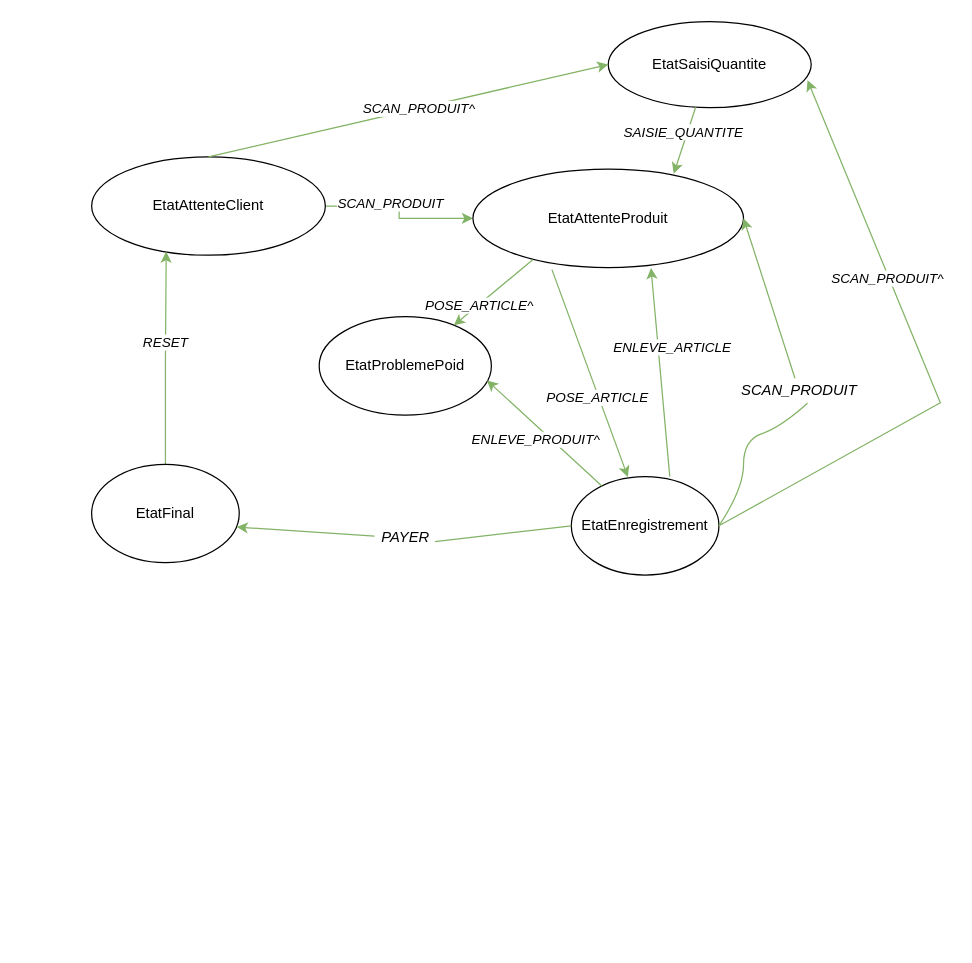
Above: Automate Diagram.drawio in FlorianMarteau/CaisseAutomatique (draw.io), before the change. Source tidied: cells renumbered, new cells numbered last; positions are measured from the earlier drawing's top-left corner, leaving out a move shared by most shapes. Both pictures are drawn from the tidied source at 123%, with x=0, y=0 at pixel (91, 21).
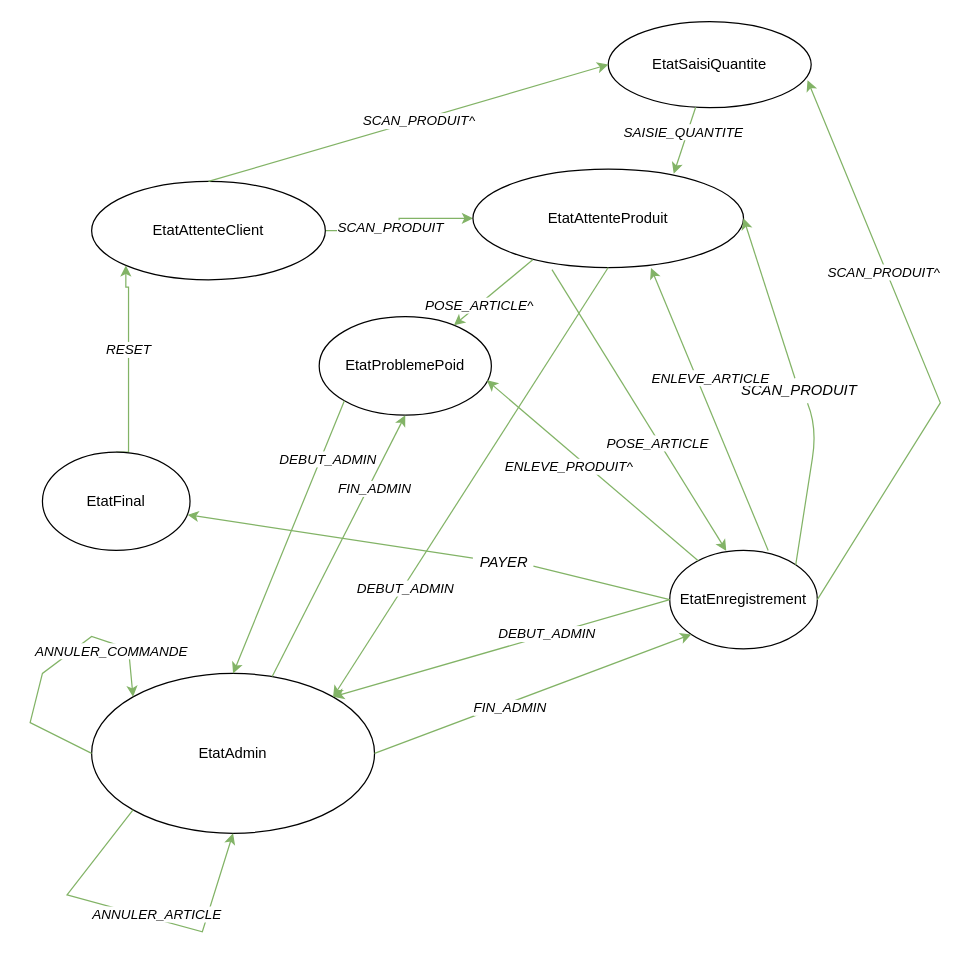
The same diagram, later.

Commit message:
Mettre à jour Automate Diagram.drawio

The change refers to these unchanged cells:
```xml
<mxCell id="5" value="EtatAttenteProduit" style="ellipse;whiteSpace=wrap;html=1;" parent="1" vertex="1">
  <mxGeometry x="310" y="120" width="220" height="80" as="geometry" />
</mxCell>
<mxCell id="10" value="EtatProblemePoid" style="ellipse;whiteSpace=wrap;html=1;" parent="1" vertex="1">
  <mxGeometry x="185" y="240" width="140" height="80" as="geometry" />
</mxCell>
<mxCell id="15" value="&lt;span&gt;SCAN_PRODUIT&lt;/span&gt;" style="text;html=1;align=center;verticalAlign=middle;points=[];strokeColor=none;fillColor=none;fontStyle=2;" parent="1" vertex="1">
  <mxGeometry x="520" y="290" width="110" height="20" as="geometry" />
</mxCell>
```

The edit, as a diff of the source:
```diff
@@
     <mxCell id="4" value="EtatAttenteClient" style="ellipse;whiteSpace=wrap;html=1;" parent="1" vertex="1">
-      <mxGeometry y="110" width="190" height="80" as="geometry" />
+      <mxGeometry y="130" width="190" height="80" as="geometry" />
     </mxCell>
@@
     <mxCell id="6" value="EtatEnregistrement" style="ellipse;whiteSpace=wrap;html=1;" parent="1" vertex="1">
-      <mxGeometry x="390" y="370" width="120" height="80" as="geometry" />
+      <mxGeometry x="470" y="430" width="120" height="80" as="geometry" />
     </mxCell>
-    <mxCell id="7" style="edgeStyle=orthogonalEdgeStyle;rounded=0;jettySize=auto;html=1;exitX=0.5;exitY=0;exitDx=0;exitDy=0;entryX=0.319;entryY=0.963;entryDx=0;entryDy=0;entryPerimeter=0;fillColor=#d5e8d4;strokeColor=#82b366;" parent="1" edge="1" source="9" target="4">
-      <mxGeometry relative="1" as="geometry" />
+    <mxCell id="7" style="edgeStyle=orthogonalEdgeStyle;rounded=0;jettySize=auto;html=1;exitX=0.5;exitY=0;exitDx=0;exitDy=0;entryX=0;entryY=1;entryDx=0;entryDy=0;fillColor=#d5e8d4;strokeColor=#82b366;" parent="1" edge="1" source="9" target="4">
+      <mxGeometry relative="1" as="geometry">
+        <Array as="points">
+          <mxPoint x="30" y="350" />
+          <mxPoint x="30" y="216" />
+          <mxPoint x="28" y="216" />
+        </Array>
+      </mxGeometry>
     </mxCell>
@@
     <mxCell id="9" value="EtatFinal" style="ellipse;whiteSpace=wrap;html=1;" parent="1" vertex="1">
-      <mxGeometry y="360" width="120" height="80" as="geometry" />
+      <mxGeometry x="-40" y="350" width="120" height="80" as="geometry" />
     </mxCell>
@@
     <mxCell id="13" value="&lt;i&gt;PAYER&lt;/i&gt;" style="text;html=1;align=center;verticalAlign=middle;points=[];strokeColor=none;fillColor=none;" parent="1" vertex="1">
-      <mxGeometry x="230" y="410" width="50" height="20" as="geometry" />
+      <mxGeometry x="310" y="430" width="50" height="20" as="geometry" />
     </mxCell>
-    <mxCell id="14" style="endArrow=none;html=1;rounded=0;entryX=0.983;entryY=0.638;entryDx=0;entryDy=0;entryPerimeter=0;fillColor=#d5e8d4;strokeColor=#82b366;" parent="1" edge="1" target="13">
-      <mxGeometry relative="1" as="geometry">
-        <mxPoint x="390" y="410" as="sourcePoint" />
-      </mxGeometry>
+    <mxCell id="14" style="endArrow=none;html=1;rounded=0;entryX=0.983;entryY=0.638;entryDx=0;entryDy=0;entryPerimeter=0;fillColor=#d5e8d4;strokeColor=#82b366;exitX=0;exitY=0.5;exitDx=0;exitDy=0;" parent="1" edge="1" source="6" target="13">
+      <mxGeometry relative="1" as="geometry" />
     </mxCell>
@@
-    <mxCell id="16" style="curved=1;endArrow=none;html=1;rounded=0;entryX=0.564;entryY=1.017;entryDx=0;entryDy=0;entryPerimeter=0;fillColor=#d5e8d4;strokeColor=#82b366;" parent="1" edge="1" target="15">
+    <mxCell id="16" style="curved=1;endArrow=none;html=1;rounded=0;entryX=0.564;entryY=1.017;entryDx=0;entryDy=0;entryPerimeter=0;fillColor=#d5e8d4;strokeColor=#82b366;exitX=1;exitY=0;exitDx=0;exitDy=0;" parent="1" edge="1" source="6" target="15">
       <mxGeometry relative="1" as="geometry">
-        <mxPoint x="510" y="410" as="sourcePoint" />
         <Array as="points">
-          <mxPoint x="530" y="380" />
-          <mxPoint x="530" y="340" />
-          <mxPoint x="560" y="330" />
+          <mxPoint x="582" y="380" />
+          <mxPoint x="590" y="330" />
         </Array>
       </mxGeometry>
     </mxCell>
@@
+    <mxCell id="32" value="EtatAdmin" style="ellipse;whiteSpace=wrap;html=1;" parent="1" vertex="1">
+      <mxGeometry y="530" width="230" height="130" as="geometry" />
+    </mxCell>
+    <mxCell id="33" style="endArrow=classic;html=1;rounded=0;exitX=0;exitY=0.5;exitDx=0;exitDy=0;entryX=1;entryY=0;entryDx=0;entryDy=0;fillColor=#d5e8d4;strokeColor=#82b366;" parent="1" edge="1" source="6" target="32">
+      <mxGeometry relative="1" as="geometry" />
+    </mxCell>
+    <mxCell id="34" value="&lt;i&gt;DEBUT_ADMIN&lt;/i&gt;" style="edgeLabel;html=1;align=center;verticalAlign=middle;" parent="33" vertex="1">
+      <mxGeometry x="-0.27" y="-1" relative="1" as="geometry" />
+    </mxCell>
+    <mxCell id="35" style="endArrow=classic;html=1;rounded=0;entryX=0;entryY=1;entryDx=0;entryDy=0;exitX=1;exitY=0.5;exitDx=0;exitDy=0;fillColor=#d5e8d4;strokeColor=#82b366;" parent="1" edge="1" source="32" target="6">
+      <mxGeometry relative="1" as="geometry" />
+    </mxCell>
+    <mxCell id="36" value="&lt;i&gt;FIN_ADMIN&lt;/i&gt;" style="edgeLabel;html=1;align=center;verticalAlign=middle;" parent="35" vertex="1">
+      <mxGeometry x="-0.16" y="-3" relative="1" as="geometry" />
+    </mxCell>
+    <mxCell id="37" style="endArrow=classic;html=1;rounded=0;entryX=0;entryY=0;entryDx=0;entryDy=0;exitX=0;exitY=0.5;exitDx=0;exitDy=0;fillColor=#d5e8d4;strokeColor=#82b366;" parent="1" edge="1" source="32" target="32">
+      <mxGeometry relative="1" as="geometry">
+        <Array as="points">
+          <mxPoint x="-50" y="570" />
+          <mxPoint x="-40" y="530" />
+          <mxPoint y="500" />
+          <mxPoint x="30" y="510" />
+        </Array>
+      </mxGeometry>
+    </mxCell>
+    <mxCell id="38" value="&lt;i&gt;ANNULER_COMMANDE&lt;/i&gt;" style="edgeLabel;html=1;align=center;verticalAlign=middle;" parent="37" vertex="1">
+      <mxGeometry x="0.51" y="-6" relative="1" as="geometry" />
+    </mxCell>
+    <mxCell id="39" style="endArrow=classic;html=1;rounded=0;entryX=0.5;entryY=1;entryDx=0;entryDy=0;fillColor=#d5e8d4;strokeColor=#82b366;" parent="1" edge="1" source="32" target="10">
+      <mxGeometry relative="1" as="geometry" />
+    </mxCell>
+    <mxCell id="40" value="&lt;i&gt;FIN_ADMIN&lt;/i&gt;" style="edgeLabel;html=1;align=center;verticalAlign=middle;" parent="39" vertex="1">
+      <mxGeometry x="0.47" y="-4" relative="1" as="geometry">
+        <mxPoint y="1" as="offset" />
+      </mxGeometry>
+    </mxCell>
+    <mxCell id="41" style="endArrow=classic;html=1;rounded=0;entryX=1;entryY=0;entryDx=0;entryDy=0;exitX=0.5;exitY=1;exitDx=0;exitDy=0;fillColor=#d5e8d4;strokeColor=#82b366;" parent="1" edge="1" source="5" target="32">
+      <mxGeometry relative="1" as="geometry" />
+    </mxCell>
+    <mxCell id="42" value="&lt;i&gt;DEBUT_ADMIN&lt;/i&gt;" style="edgeLabel;html=1;align=center;verticalAlign=middle;" parent="41" vertex="1">
+      <mxGeometry x="-0.5" y="4" relative="1" as="geometry">
+        <mxPoint x="-113" y="171" as="offset" />
+      </mxGeometry>
+    </mxCell>
+    <mxCell id="43" style="endArrow=classic;html=1;rounded=0;entryX=0.5;entryY=0;entryDx=0;entryDy=0;exitX=0;exitY=1;exitDx=0;exitDy=0;fillColor=#d5e8d4;strokeColor=#82b366;" parent="1" edge="1" source="10" target="32">
+      <mxGeometry relative="1" as="geometry" />
+    </mxCell>
+    <mxCell id="44" value="&lt;i&gt;DEBUT_ADMIN&lt;/i&gt;" style="edgeLabel;html=1;align=center;verticalAlign=middle;" parent="43" vertex="1">
+      <mxGeometry x="-0.58" y="5" relative="1" as="geometry">
+        <mxPoint y="-1" as="offset" />
+      </mxGeometry>
+    </mxCell>
+    <mxCell id="45" style="endArrow=classic;html=1;rounded=0;entryX=0.5;entryY=1;entryDx=0;entryDy=0;exitX=0;exitY=1;exitDx=0;exitDy=0;fillColor=#d5e8d4;strokeColor=#82b366;" parent="1" edge="1" source="32" target="32">
+      <mxGeometry relative="1" as="geometry">
+        <Array as="points">
+          <mxPoint x="-20" y="710" />
+          <mxPoint x="90" y="740" />
+        </Array>
+      </mxGeometry>
+    </mxCell>
+    <mxCell id="46" value="&lt;i&gt;ANNULER_ARTICLE&lt;/i&gt;" style="edgeLabel;html=1;align=center;verticalAlign=middle;" parent="45" vertex="1">
+      <mxGeometry x="0.13" y="4" relative="1" as="geometry" />
+    </mxCell>
```
